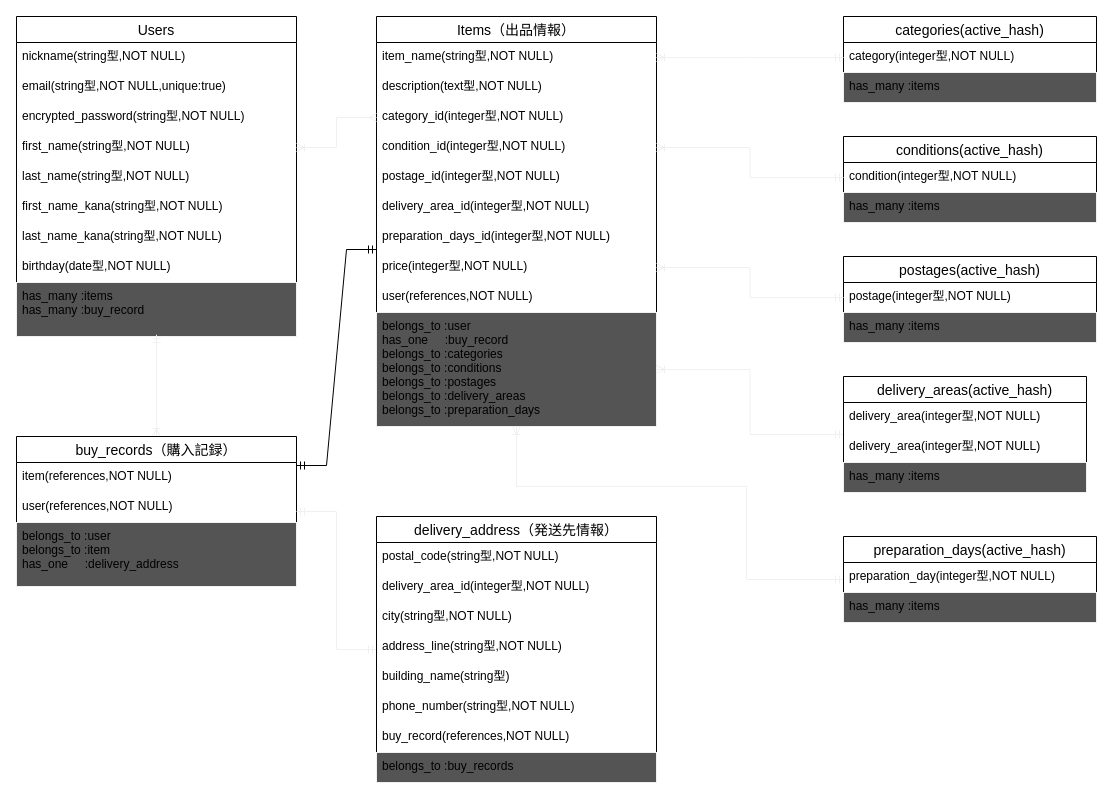
The draw.io diagram model_er.dio in Hashy-Y/furima-36062, before the edit. Source tidied: cells renumbered, new cells numbered last; positions are measured from the earlier drawing's top-left corner, leaving out a move shared by most shapes. Both pictures are drawn from the tidied source at 100%, with x=0, y=0 at pixel (16, 16).
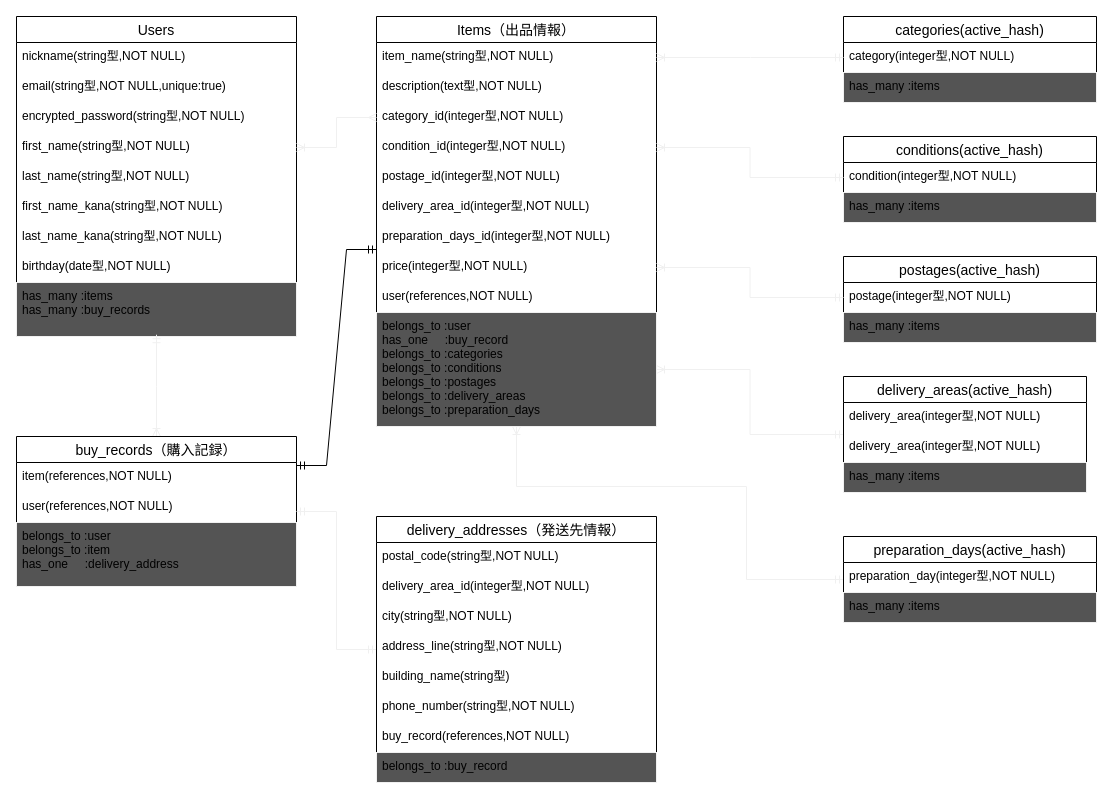
After the change.

The change refers to these unchanged cells:
```xml
<mxCell id="2" value="Users" style="swimlane;fontStyle=0;horizontal=1;startSize=26;align=center;fontSize=14;" parent="1" vertex="1">
  <mxGeometry width="280" height="320" as="geometry" />
</mxCell>
```

Diff of the diagram source:
```diff
@@
-    <mxCell id="11" value="has_many :items&#10;has_many :buy_record" style="text;spacingLeft=4;spacingRight=4;overflow=hidden;points=[[0,0.5],[1,0.5]];portConstraint=eastwest;fontSize=12;strokeColor=#f0f0f0;fillColor=#545454;" parent="2" vertex="1">
+    <mxCell id="11" value="has_many :items&#10;has_many :buy_records" style="text;spacingLeft=4;spacingRight=4;overflow=hidden;points=[[0,0.5],[1,0.5]];portConstraint=eastwest;fontSize=12;strokeColor=#f0f0f0;fillColor=#545454;" parent="2" vertex="1">
       <mxGeometry y="266" width="280" height="54" as="geometry" />
     </mxCell>
@@
-    <mxCell id="29" value="delivery_address（発送先情報）" style="swimlane;fontStyle=0;horizontal=1;startSize=26;align=center;fontSize=14;" parent="1" vertex="1">
+    <mxCell id="29" value="delivery_addresses（発送先情報）" style="swimlane;fontStyle=0;horizontal=1;startSize=26;align=center;fontSize=14;" parent="1" vertex="1">
       <mxGeometry x="360" y="500" width="280" height="266" as="geometry" />
     </mxCell>
@@
-    <mxCell id="37" value="belongs_to :buy_records" style="text;spacingLeft=4;spacingRight=4;overflow=hidden;fontSize=12;strokeColor=#f0f0f0;fillColor=#545454;" parent="29" vertex="1">
+    <mxCell id="37" value="belongs_to :buy_record" style="text;spacingLeft=4;spacingRight=4;overflow=hidden;fontSize=12;strokeColor=#f0f0f0;fillColor=#545454;" parent="29" vertex="1">
       <mxGeometry y="236" width="280" height="30" as="geometry" />
     </mxCell>
```
